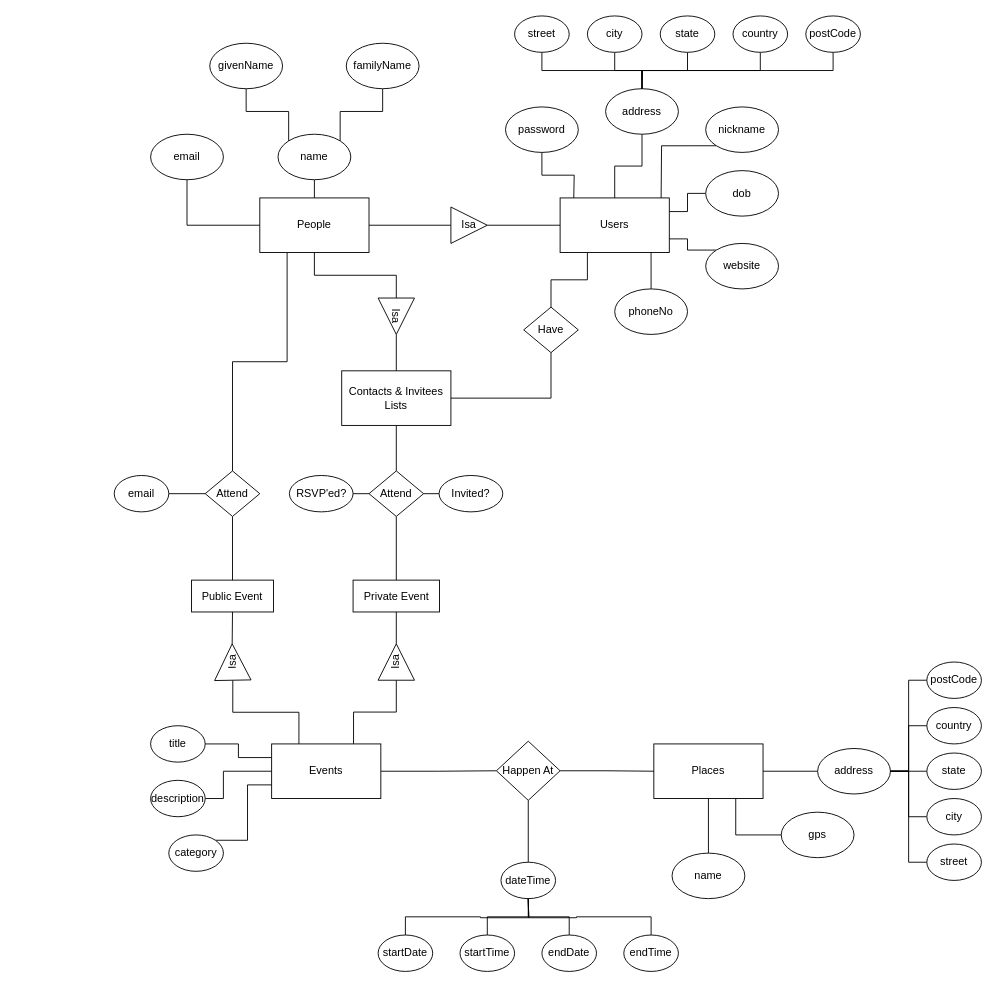
Before: Week3assignment1.drawio in drewmillerwilson/demo-repo, a draw.io diagram. Source tidied: cells renumbered, new cells numbered last; positions are measured from the earlier drawing's top-left corner, leaving out a move shared by most shapes. Both pictures are drawn from the tidied source at 91%, with x=0, y=0 at pixel (114, 15).
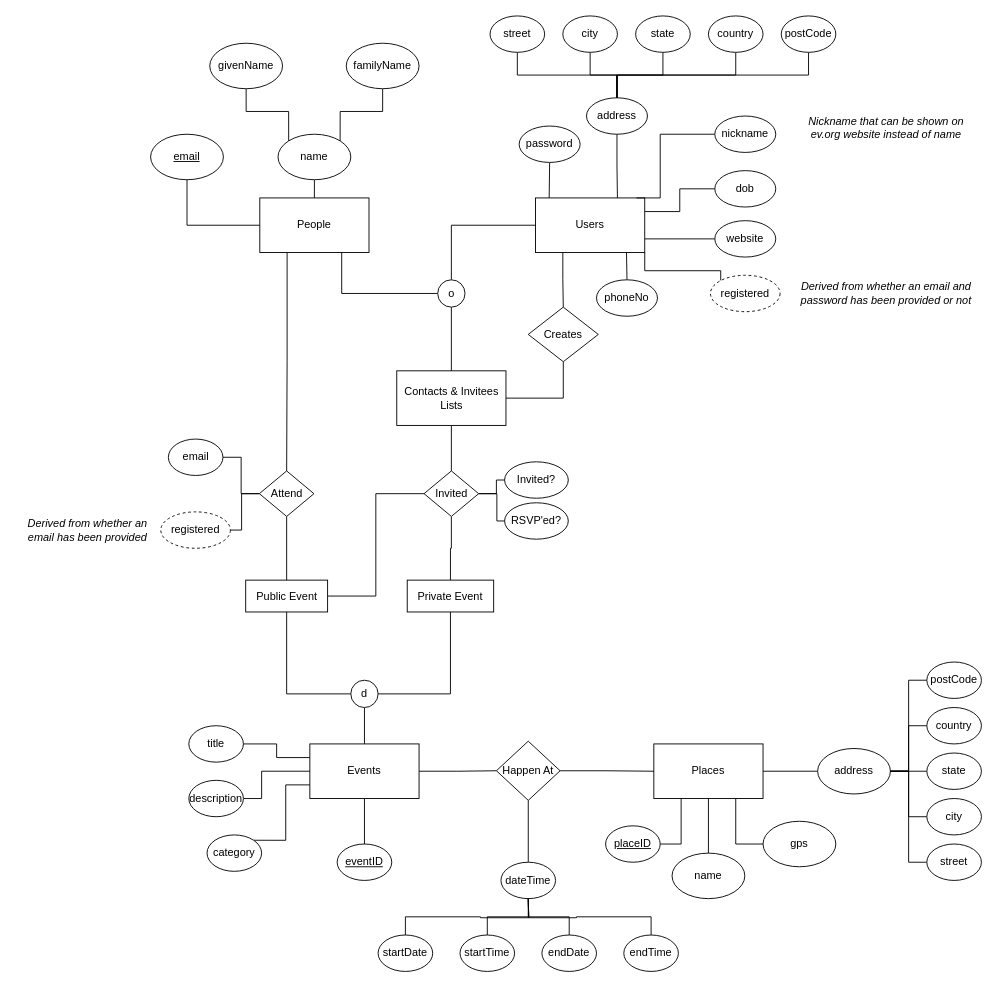
The same page after the edit.

The change refers to these unchanged cells:
```xml
<mxCell id="5" value="People" style="rounded=0;whiteSpace=wrap;html=1;" parent="1" vertex="1">
  <mxGeometry x="160" y="200" width="120" height="60" as="geometry" />
</mxCell>
<mxCell id="14" value="Places" style="rounded=0;whiteSpace=wrap;html=1;" parent="1" vertex="1">
  <mxGeometry x="593" y="800" width="120" height="60" as="geometry" />
</mxCell>
```

The edit, as a diff of the source:
```diff
@@
-    <mxCell id="2" style="edgeStyle=orthogonalEdgeStyle;rounded=0;jettySize=auto;html=1;exitX=1;exitY=0.5;exitDx=0;exitDy=0;entryX=0;entryY=0.5;entryDx=0;entryDy=0;endArrow=none;endFill=0;" parent="1" edge="1" source="5" target="18">
-      <mxGeometry relative="1" as="geometry" />
-    </mxCell>
-    <mxCell id="3" style="edgeStyle=orthogonalEdgeStyle;rounded=0;jettySize=auto;html=1;exitX=0.5;exitY=1;exitDx=0;exitDy=0;entryX=0;entryY=0.5;entryDx=0;entryDy=0;endArrow=none;endFill=0;" parent="1" edge="1" source="5" target="20">
-      <mxGeometry relative="1" as="geometry" />
-    </mxCell>
@@
+    <mxCell id="101" style="edgeStyle=orthogonalEdgeStyle;rounded=0;jettySize=auto;html=1;exitX=0.75;exitY=1;exitDx=0;exitDy=0;entryX=0;entryY=0.5;entryDx=0;entryDy=0;endArrow=none;endFill=0;" parent="1" edge="1" source="5" target="113">
+      <mxGeometry relative="1" as="geometry" />
+    </mxCell>
@@
+    <mxCell id="102" style="edgeStyle=orthogonalEdgeStyle;rounded=0;jettySize=auto;html=1;exitX=1;exitY=1;exitDx=0;exitDy=0;entryX=0;entryY=0;entryDx=0;entryDy=0;endArrow=none;endFill=0;" parent="1" edge="1" source="7" target="116">
+      <mxGeometry relative="1" as="geometry">
+        <Array as="points">
+          <mxPoint x="583" y="280" />
+          <mxPoint x="667" y="280" />
+        </Array>
+      </mxGeometry>
+    </mxCell>
     <mxCell id="7" value="Users" style="rounded=0;whiteSpace=wrap;html=1;" parent="1" vertex="1">
-      <mxGeometry x="490" y="200" width="120" height="60" as="geometry" />
+      <mxGeometry x="463" y="200" width="120" height="60" as="geometry" />
     </mxCell>
@@
-    <mxCell id="9" style="edgeStyle=orthogonalEdgeStyle;rounded=0;jettySize=auto;html=1;exitX=0.25;exitY=0;exitDx=0;exitDy=0;entryX=0;entryY=0.5;entryDx=0;entryDy=0;endArrow=none;endFill=0;" parent="1" edge="1" source="11" target="77">
-      <mxGeometry relative="1" as="geometry" />
-    </mxCell>
-    <mxCell id="10" style="edgeStyle=orthogonalEdgeStyle;rounded=0;jettySize=auto;html=1;exitX=0.75;exitY=0;exitDx=0;exitDy=0;entryX=0;entryY=0.5;entryDx=0;entryDy=0;endArrow=none;endFill=0;" parent="1" edge="1" source="11" target="79">
-      <mxGeometry relative="1" as="geometry" />
-    </mxCell>
+    <mxCell id="103" style="edgeStyle=orthogonalEdgeStyle;rounded=0;jettySize=auto;html=1;exitX=0.5;exitY=0;exitDx=0;exitDy=0;entryX=0.5;entryY=1;entryDx=0;entryDy=0;endArrow=none;endFill=0;" parent="1" edge="1" source="11" target="110">
+      <mxGeometry relative="1" as="geometry" />
+    </mxCell>
+    <mxCell id="104" style="edgeStyle=orthogonalEdgeStyle;rounded=0;jettySize=auto;html=1;exitX=0.5;exitY=1;exitDx=0;exitDy=0;entryX=0.5;entryY=0;entryDx=0;entryDy=0;endArrow=none;endFill=0;" parent="1" edge="1" source="11" target="114">
+      <mxGeometry relative="1" as="geometry" />
+    </mxCell>
     <mxCell id="11" value="Events" style="rounded=0;whiteSpace=wrap;html=1;" parent="1" vertex="1">
-      <mxGeometry x="173" y="800" width="120" height="60" as="geometry" />
+      <mxGeometry x="215" y="800" width="120" height="60" as="geometry" />
     </mxCell>
@@
+    <mxCell id="105" style="edgeStyle=orthogonalEdgeStyle;rounded=0;jettySize=auto;html=1;exitX=0.25;exitY=1;exitDx=0;exitDy=0;entryX=1;entryY=0.5;entryDx=0;entryDy=0;endArrow=none;endFill=0;" parent="1" edge="1" source="14" target="115">
+      <mxGeometry relative="1" as="geometry" />
+    </mxCell>
@@
+    <mxCell id="106" style="edgeStyle=orthogonalEdgeStyle;rounded=0;jettySize=auto;html=1;exitX=1;exitY=0.5;exitDx=0;exitDy=0;entryX=0.5;entryY=1;entryDx=0;entryDy=0;endArrow=none;endFill=0;" parent="1" edge="1" source="16" target="27">
+      <mxGeometry relative="1" as="geometry" />
+    </mxCell>
     <mxCell id="16" value="Contacts &amp;amp; Invitees Lists" style="rounded=0;whiteSpace=wrap;html=1;" parent="1" vertex="1">
-      <mxGeometry x="250" y="390" width="120" height="60" as="geometry" />
+      <mxGeometry x="310.5" y="390" width="120" height="60" as="geometry" />
     </mxCell>
-    <mxCell id="17" style="edgeStyle=orthogonalEdgeStyle;rounded=0;jettySize=auto;html=1;exitX=1;exitY=0.5;exitDx=0;exitDy=0;entryX=0;entryY=0.5;entryDx=0;entryDy=0;endArrow=none;endFill=0;" parent="1" edge="1" source="18" target="7">
-      <mxGeometry relative="1" as="geometry" />
-    </mxCell>
-    <mxCell id="18" value="Isa" style="triangle;whiteSpace=wrap;html=1;" parent="1" vertex="1">
-      <mxGeometry x="370" y="210" width="40" height="40" as="geometry" />
-    </mxCell>
-    <mxCell id="19" style="edgeStyle=orthogonalEdgeStyle;rounded=0;jettySize=auto;html=1;exitX=1;exitY=0.5;exitDx=0;exitDy=0;entryX=0.5;entryY=0;entryDx=0;entryDy=0;endArrow=none;endFill=0;" parent="1" edge="1" source="20" target="16">
-      <mxGeometry relative="1" as="geometry" />
-    </mxCell>
-    <mxCell id="20" value="Isa" style="triangle;whiteSpace=wrap;html=1;rotation=90;" parent="1" vertex="1">
-      <mxGeometry x="290" y="310" width="40" height="40" as="geometry" />
-    </mxCell>
-    <mxCell id="21" style="edgeStyle=orthogonalEdgeStyle;rounded=0;jettySize=auto;html=1;exitX=0;exitY=0.5;exitDx=0;exitDy=0;entryX=1;entryY=0.5;entryDx=0;entryDy=0;endArrow=none;endFill=0;" parent="1" edge="1" source="24" target="25">
-      <mxGeometry relative="1" as="geometry" />
-    </mxCell>
@@
     <mxCell id="23" style="edgeStyle=orthogonalEdgeStyle;rounded=0;jettySize=auto;html=1;exitX=1;exitY=0.5;exitDx=0;exitDy=0;entryX=0;entryY=0.5;entryDx=0;entryDy=0;endArrow=none;endFill=0;" parent="1" edge="1" source="24" target="84">
-      <mxGeometry relative="1" as="geometry" />
+      <mxGeometry relative="1" as="geometry">
+        <Array as="points">
+          <mxPoint x="420" y="525" />
+          <mxPoint x="420" y="510" />
+        </Array>
+      </mxGeometry>
     </mxCell>
+    <mxCell id="21" style="edgeStyle=orthogonalEdgeStyle;rounded=0;jettySize=auto;html=1;exitX=1;exitY=0.5;exitDx=0;exitDy=0;entryX=0;entryY=0.5;entryDx=0;entryDy=0;endArrow=none;endFill=0;" parent="1" edge="1" source="24" target="25">
+      <mxGeometry relative="1" as="geometry" />
+    </mxCell>
-    <mxCell id="24" value="Attend" style="rhombus;whiteSpace=wrap;html=1;" parent="1" vertex="1">
-      <mxGeometry x="280" y="500" width="60" height="50" as="geometry" />
+    <mxCell id="24" value="Invited" style="rhombus;whiteSpace=wrap;html=1;" parent="1" vertex="1">
+      <mxGeometry x="340.5" y="500" width="60" height="50" as="geometry" />
     </mxCell>
     <mxCell id="25" value="RSVP'ed?" style="ellipse;whiteSpace=wrap;html=1;" parent="1" vertex="1">
-      <mxGeometry x="192.5" y="505" width="70" height="40" as="geometry" />
+      <mxGeometry x="429" y="535" width="70" height="40" as="geometry" />
     </mxCell>
-    <mxCell id="26" style="edgeStyle=orthogonalEdgeStyle;rounded=0;jettySize=auto;html=1;exitX=0.5;exitY=1;exitDx=0;exitDy=0;entryX=1;entryY=0.5;entryDx=0;entryDy=0;endArrow=none;endFill=0;" parent="1" edge="1" source="27" target="16">
-      <mxGeometry relative="1" as="geometry" />
-    </mxCell>
-    <mxCell id="27" value="Have" style="rhombus;whiteSpace=wrap;html=1;" parent="1" vertex="1">
-      <mxGeometry x="450" y="320" width="60" height="50" as="geometry" />
+    <mxCell id="27" value="Creates" style="rhombus;whiteSpace=wrap;html=1;" parent="1" vertex="1">
+      <mxGeometry x="455" y="320" width="77" height="60" as="geometry" />
     </mxCell>
@@
-    <mxCell id="29" value="email" style="ellipse;whiteSpace=wrap;html=1;" parent="1" vertex="1">
+    <mxCell id="29" value="email" style="ellipse;whiteSpace=wrap;html=1;fontStyle=4;" parent="1" vertex="1">
       <mxGeometry x="40" y="130" width="80" height="50" as="geometry" />
     </mxCell>
@@
     <mxCell id="36" style="edgeStyle=orthogonalEdgeStyle;rounded=0;jettySize=auto;html=1;exitX=0.5;exitY=1;exitDx=0;exitDy=0;endArrow=none;endFill=0;" parent="1" edge="1" source="37">
       <mxGeometry relative="1" as="geometry">
-        <mxPoint x="505" y="200" as="targetPoint" />
+        <mxPoint x="478" y="200" as="targetPoint" />
       </mxGeometry>
     </mxCell>
     <mxCell id="37" value="password" style="ellipse;whiteSpace=wrap;html=1;" parent="1" vertex="1">
-      <mxGeometry x="430" y="100" width="80" height="50" as="geometry" />
+      <mxGeometry x="445" y="121" width="67" height="40" as="geometry" />
     </mxCell>
-    <mxCell id="38" style="edgeStyle=orthogonalEdgeStyle;rounded=0;jettySize=auto;html=1;exitX=0.5;exitY=1;exitDx=0;exitDy=0;entryX=0.5;entryY=0;entryDx=0;entryDy=0;endArrow=none;endFill=0;" parent="1" edge="1" source="39" target="7">
+    <mxCell id="38" style="edgeStyle=orthogonalEdgeStyle;rounded=0;jettySize=auto;html=1;exitX=0.5;exitY=1;exitDx=0;exitDy=0;entryX=0.75;entryY=0;entryDx=0;entryDy=0;endArrow=none;endFill=0;" parent="1" edge="1" source="39" target="7">
       <mxGeometry relative="1" as="geometry" />
     </mxCell>
     <mxCell id="39" value="address" style="ellipse;whiteSpace=wrap;html=1;" parent="1" vertex="1">
-      <mxGeometry x="540" y="80" width="80" height="50" as="geometry" />
+      <mxGeometry x="519" y="90" width="67" height="40" as="geometry" />
     </mxCell>
-    <mxCell id="40" style="edgeStyle=orthogonalEdgeStyle;rounded=0;jettySize=auto;html=1;exitX=0;exitY=1;exitDx=0;exitDy=0;endArrow=none;endFill=0;" parent="1" edge="1" source="41">
+    <mxCell id="40" style="edgeStyle=orthogonalEdgeStyle;rounded=0;jettySize=auto;html=1;exitX=0;exitY=0.5;exitDx=0;exitDy=0;endArrow=none;endFill=0;" parent="1" edge="1" source="41">
       <mxGeometry relative="1" as="geometry">
-        <mxPoint x="601" y="200" as="targetPoint" />
+        <mxPoint x="574" y="200" as="targetPoint" />
+        <Array as="points">
+          <mxPoint x="600" y="130" />
+          <mxPoint x="600" y="200" />
+        </Array>
       </mxGeometry>
     </mxCell>
     <mxCell id="41" value="nickname" style="ellipse;whiteSpace=wrap;html=1;" parent="1" vertex="1">
-      <mxGeometry x="650" y="100" width="80" height="50" as="geometry" />
+      <mxGeometry x="660" y="110" width="67" height="40" as="geometry" />
     </mxCell>
@@
     <mxCell id="43" value="dob" style="ellipse;whiteSpace=wrap;html=1;" parent="1" vertex="1">
-      <mxGeometry x="650" y="170" width="80" height="50" as="geometry" />
+      <mxGeometry x="660" y="170" width="67" height="40" as="geometry" />
     </mxCell>
-    <mxCell id="44" style="edgeStyle=orthogonalEdgeStyle;rounded=0;jettySize=auto;html=1;exitX=0;exitY=0;exitDx=0;exitDy=0;entryX=1;entryY=0.75;entryDx=0;entryDy=0;endArrow=none;endFill=0;" parent="1" edge="1" source="45" target="7">
+    <mxCell id="44" style="edgeStyle=orthogonalEdgeStyle;rounded=0;jettySize=auto;html=1;exitX=0;exitY=0.5;exitDx=0;exitDy=0;entryX=1;entryY=0.75;entryDx=0;entryDy=0;endArrow=none;endFill=0;" parent="1" edge="1" source="45" target="7">
       <mxGeometry relative="1" as="geometry" />
     </mxCell>
     <mxCell id="45" value="website" style="ellipse;whiteSpace=wrap;html=1;" parent="1" vertex="1">
-      <mxGeometry x="650" y="250" width="80" height="50" as="geometry" />
+      <mxGeometry x="660" y="225" width="67" height="40" as="geometry" />
     </mxCell>
@@
     <mxCell id="47" value="phoneNo" style="ellipse;whiteSpace=wrap;html=1;" parent="1" vertex="1">
-      <mxGeometry x="550" y="300" width="80" height="50" as="geometry" />
+      <mxGeometry x="530" y="290" width="67" height="40" as="geometry" />
     </mxCell>
@@
     <mxCell id="62" value="street" style="ellipse;whiteSpace=wrap;html=1;" parent="1" vertex="1">
-      <mxGeometry x="440" width="60" height="40" as="geometry" />
+      <mxGeometry x="413" width="60" height="40" as="geometry" />
     </mxCell>
-    <mxCell id="63" style="edgeStyle=orthogonalEdgeStyle;rounded=0;jettySize=auto;html=1;exitX=0.5;exitY=1;exitDx=0;exitDy=0;endArrow=none;endFill=0;" parent="1" edge="1" source="64">
-      <mxGeometry relative="1" as="geometry">
-        <mxPoint x="580" y="70" as="targetPoint" />
-      </mxGeometry>
+    <mxCell id="63" style="edgeStyle=orthogonalEdgeStyle;rounded=0;jettySize=auto;html=1;exitX=0.5;exitY=1;exitDx=0;exitDy=0;endArrow=none;endFill=0;entryX=0.5;entryY=0;entryDx=0;entryDy=0;" parent="1" edge="1" source="64" target="39">
+      <mxGeometry relative="1" as="geometry" />
     </mxCell>
     <mxCell id="64" value="city" style="ellipse;whiteSpace=wrap;html=1;" parent="1" vertex="1">
-      <mxGeometry x="520" width="60" height="40" as="geometry" />
+      <mxGeometry x="493" width="60" height="40" as="geometry" />
     </mxCell>
@@
     <mxCell id="66" value="state" style="ellipse;whiteSpace=wrap;html=1;" parent="1" vertex="1">
-      <mxGeometry x="600" width="60" height="40" as="geometry" />
+      <mxGeometry x="573" width="60" height="40" as="geometry" />
     </mxCell>
@@
     <mxCell id="68" value="country" style="ellipse;whiteSpace=wrap;html=1;" parent="1" vertex="1">
-      <mxGeometry x="680" width="60" height="40" as="geometry" />
+      <mxGeometry x="653" width="60" height="40" as="geometry" />
     </mxCell>
@@
     <mxCell id="70" value="postCode" style="ellipse;whiteSpace=wrap;html=1;" parent="1" vertex="1">
-      <mxGeometry x="760" width="60" height="40" as="geometry" />
+      <mxGeometry x="733" width="60" height="40" as="geometry" />
     </mxCell>
     <mxCell id="71" value="gps" style="ellipse;whiteSpace=wrap;html=1;" parent="1" vertex="1">
-      <mxGeometry x="733" y="875" width="80" height="50" as="geometry" />
+      <mxGeometry x="713" y="885" width="80" height="50" as="geometry" />
     </mxCell>
@@
+    <mxCell id="107" style="edgeStyle=orthogonalEdgeStyle;rounded=0;jettySize=auto;html=1;exitX=1;exitY=0.5;exitDx=0;exitDy=0;entryX=0;entryY=0.5;entryDx=0;entryDy=0;endArrow=none;endFill=0;" parent="1" edge="1" source="74" target="24">
+      <mxGeometry relative="1" as="geometry" />
+    </mxCell>
     <mxCell id="74" value="Public Event" style="rounded=0;whiteSpace=wrap;html=1;" parent="1" vertex="1">
-      <mxGeometry x="85" y="620" width="90" height="35" as="geometry" />
+      <mxGeometry x="144.5" y="620" width="90" height="35" as="geometry" />
     </mxCell>
     <mxCell id="75" value="Private Event" style="rounded=0;whiteSpace=wrap;html=1;" parent="1" vertex="1">
-      <mxGeometry x="262.5" y="620" width="95" height="35" as="geometry" />
+      <mxGeometry x="322" y="620" width="95" height="35" as="geometry" />
     </mxCell>
-    <mxCell id="76" style="edgeStyle=orthogonalEdgeStyle;rounded=0;jettySize=auto;html=1;exitX=1;exitY=0.5;exitDx=0;exitDy=0;entryX=0.5;entryY=1;entryDx=0;entryDy=0;endArrow=none;endFill=0;" parent="1" edge="1" source="77" target="74">
-      <mxGeometry relative="1" as="geometry" />
-    </mxCell>
-    <mxCell id="77" value="Isa" style="triangle;whiteSpace=wrap;html=1;rotation=-91;" parent="1" vertex="1">
-      <mxGeometry x="110" y="690" width="40" height="40" as="geometry" />
-    </mxCell>
-    <mxCell id="78" style="edgeStyle=orthogonalEdgeStyle;rounded=0;jettySize=auto;html=1;exitX=1;exitY=0.5;exitDx=0;exitDy=0;entryX=0.5;entryY=1;entryDx=0;entryDy=0;endArrow=none;endFill=0;" parent="1" edge="1" source="79" target="75">
-      <mxGeometry relative="1" as="geometry" />
-    </mxCell>
-    <mxCell id="79" value="Isa" style="triangle;whiteSpace=wrap;html=1;rotation=-90;" parent="1" vertex="1">
-      <mxGeometry x="290" y="690" width="40" height="40" as="geometry" />
-    </mxCell>
@@
     <mxCell id="82" value="Attend" style="rhombus;whiteSpace=wrap;html=1;" parent="1" vertex="1">
-      <mxGeometry x="100" y="500" width="60" height="50" as="geometry" />
+      <mxGeometry x="159.5" y="500" width="60" height="50" as="geometry" />
     </mxCell>
     <mxCell id="83" value="email" style="ellipse;whiteSpace=wrap;html=1;" parent="1" vertex="1">
-      <mxGeometry y="505" width="60" height="40" as="geometry" />
+      <mxGeometry x="59.5" y="465" width="60" height="40" as="geometry" />
     </mxCell>
     <mxCell id="84" value="Invited?" style="ellipse;whiteSpace=wrap;html=1;" parent="1" vertex="1">
-      <mxGeometry x="357" y="505" width="70" height="40" as="geometry" />
+      <mxGeometry x="429" y="490" width="70" height="40" as="geometry" />
     </mxCell>
@@
     <mxCell id="86" value="title" style="ellipse;whiteSpace=wrap;html=1;" parent="1" vertex="1">
-      <mxGeometry x="40" y="780" width="60" height="40" as="geometry" />
+      <mxGeometry x="82" y="780" width="60" height="40" as="geometry" />
     </mxCell>
     <mxCell id="87" style="edgeStyle=orthogonalEdgeStyle;rounded=0;jettySize=auto;html=1;exitX=1;exitY=0.5;exitDx=0;exitDy=0;entryX=0;entryY=0.5;entryDx=0;entryDy=0;endArrow=none;endFill=0;" parent="1" edge="1" source="88" target="11">
       <mxGeometry relative="1" as="geometry">
         <Array as="points">
-          <mxPoint x="120" y="860" />
-          <mxPoint x="120" y="830" />
+          <mxPoint x="162" y="860" />
+          <mxPoint x="162" y="830" />
         </Array>
       </mxGeometry>
     </mxCell>
     <mxCell id="88" value="description" style="ellipse;whiteSpace=wrap;html=1;" parent="1" vertex="1">
-      <mxGeometry x="40" y="840" width="60" height="40" as="geometry" />
+      <mxGeometry x="82" y="840" width="60" height="40" as="geometry" />
     </mxCell>
@@
     <mxCell id="90" value="category" style="ellipse;whiteSpace=wrap;html=1;" parent="1" vertex="1">
-      <mxGeometry x="60" y="900" width="60" height="40" as="geometry" />
+      <mxGeometry x="102" y="900" width="60" height="40" as="geometry" />
     </mxCell>
@@
+    <mxCell id="108" style="edgeStyle=orthogonalEdgeStyle;rounded=0;jettySize=auto;html=1;exitX=1;exitY=0.5;exitDx=0;exitDy=0;entryX=0.5;entryY=1;entryDx=0;entryDy=0;endArrow=none;endFill=0;" parent="1" edge="1" source="110" target="75">
+      <mxGeometry relative="1" as="geometry" />
+    </mxCell>
+    <mxCell id="109" style="edgeStyle=orthogonalEdgeStyle;rounded=0;jettySize=auto;html=1;exitX=0;exitY=0.5;exitDx=0;exitDy=0;entryX=0.5;entryY=1;entryDx=0;entryDy=0;endArrow=none;endFill=0;" parent="1" edge="1" source="110" target="74">
+      <mxGeometry relative="1" as="geometry" />
+    </mxCell>
+    <mxCell id="110" value="d" style="ellipse;whiteSpace=wrap;html=1;" parent="1" vertex="1">
+      <mxGeometry x="260" y="730" width="30" height="30" as="geometry" />
+    </mxCell>
+    <mxCell id="111" style="edgeStyle=orthogonalEdgeStyle;rounded=0;jettySize=auto;html=1;exitX=0.5;exitY=0;exitDx=0;exitDy=0;entryX=0;entryY=0.5;entryDx=0;entryDy=0;endArrow=none;endFill=0;" parent="1" edge="1" source="113" target="7">
+      <mxGeometry relative="1" as="geometry" />
+    </mxCell>
+    <mxCell id="112" style="edgeStyle=orthogonalEdgeStyle;rounded=0;jettySize=auto;html=1;exitX=0.5;exitY=1;exitDx=0;exitDy=0;entryX=0.5;entryY=0;entryDx=0;entryDy=0;endArrow=none;endFill=0;" parent="1" edge="1" source="113" target="16">
+      <mxGeometry relative="1" as="geometry" />
+    </mxCell>
+    <mxCell id="113" value="o" style="ellipse;whiteSpace=wrap;html=1;" parent="1" vertex="1">
+      <mxGeometry x="355.5" y="290" width="30" height="30" as="geometry" />
+    </mxCell>
+    <mxCell id="114" value="eventID" style="ellipse;whiteSpace=wrap;html=1;fontStyle=4;" parent="1" vertex="1">
+      <mxGeometry x="245" y="910" width="60" height="40" as="geometry" />
+    </mxCell>
+    <mxCell id="115" value="placeID" style="ellipse;whiteSpace=wrap;html=1;fontStyle=4;" parent="1" vertex="1">
+      <mxGeometry x="540" y="890" width="60" height="40" as="geometry" />
+    </mxCell>
+    <mxCell id="116" value="registered" style="ellipse;whiteSpace=wrap;html=1;align=center;dashed=1;" parent="1" vertex="1">
+      <mxGeometry x="655.2" y="285" width="76.5" height="40" as="geometry" />
+    </mxCell>
+    <mxCell id="117" value="Derived from whether an email and password has been provided or not" style="text;html=1;strokeColor=none;fillColor=none;align=center;verticalAlign=middle;whiteSpace=wrap;rounded=0;fontStyle=2;" parent="1" vertex="1">
+      <mxGeometry x="750" y="277.5" width="197" height="55" as="geometry" />
+    </mxCell>
+    <mxCell id="118" value="Nickname that can be shown on ev.org website instead of name" style="text;html=1;strokeColor=none;fillColor=none;align=center;verticalAlign=middle;whiteSpace=wrap;rounded=0;fontStyle=2;" parent="1" vertex="1">
+      <mxGeometry x="750" y="95" width="197" height="55" as="geometry" />
+    </mxCell>
+    <mxCell id="119" style="edgeStyle=orthogonalEdgeStyle;rounded=0;jettySize=auto;html=1;exitX=1;exitY=0.5;exitDx=0;exitDy=0;entryX=0;entryY=0.5;entryDx=0;entryDy=0;endArrow=none;endFill=0;" parent="1" edge="1" source="120" target="82">
+      <mxGeometry relative="1" as="geometry">
+        <Array as="points">
+          <mxPoint x="140" y="565" />
+          <mxPoint x="140" y="525" />
+        </Array>
+      </mxGeometry>
+    </mxCell>
+    <mxCell id="120" value="registered" style="ellipse;whiteSpace=wrap;html=1;align=center;dashed=1;" parent="1" vertex="1">
+      <mxGeometry x="51.2" y="545" width="76.5" height="40" as="geometry" />
+    </mxCell>
+    <mxCell id="121" value="Derived from whether an email has been provided" style="text;html=1;strokeColor=none;fillColor=none;align=center;verticalAlign=middle;whiteSpace=wrap;rounded=0;fontStyle=2;" parent="1" vertex="1">
+      <mxGeometry x="-108.8" y="538.8" width="160" height="52.5" as="geometry" />
+    </mxCell>
```
